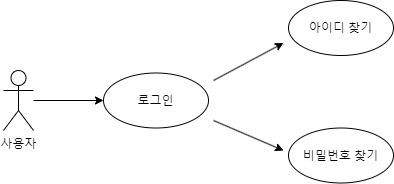
Earlier version of the draw.io export 사용자 로그인.png (Yoon-jae-min/UsecaseDiagram). Source tidied: cells renumbered, new cells last; positions are measured from the earlier drawing's top-left corner, leaving out a move shared by most shapes.
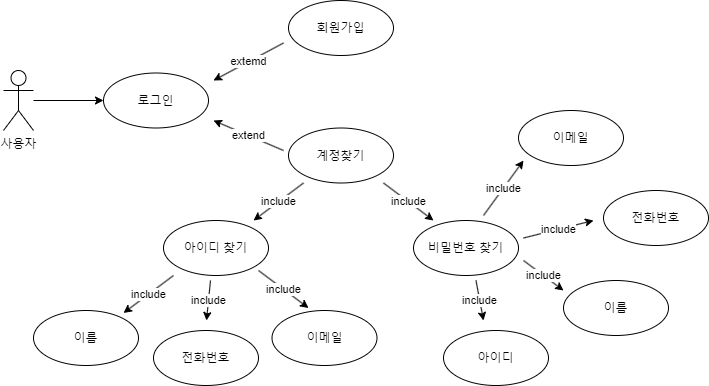
Above is the later version.

Commit message:
사용자 로그인.png 업데이트

Diff of the diagram source:
```diff
@@ -5,29 +5,110 @@
     <mxCell id="2" style="edgeStyle=orthogonalEdgeStyle;rounded=0;jettySize=auto;html=1;" parent="1" edge="1" source="3" target="4">
       <mxGeometry relative="1" as="geometry" />
     </mxCell>
-    <mxCell id="3" value="사용자" style="shape=umlActor;verticalLabelPosition=bottom;verticalAlign=top;html=1;outlineConnect=0;labelPosition=center;align=center;fillColor=none;" parent="1" vertex="1">
+    <mxCell id="3" value="사용자" style="shape=umlActor;verticalLabelPosition=bottom;verticalAlign=top;html=1;outlineConnect=0;labelPosition=center;align=center;fillColor=none;direction=east;" parent="1" vertex="1">
       <mxGeometry y="70" width="30" height="60" as="geometry" />
     </mxCell>
-    <mxCell id="4" value="&lt;div&gt;&lt;br&gt;&lt;/div&gt;로그인" style="ellipse;whiteSpace=wrap;html=1;verticalAlign=top;fillColor=none;" parent="1" vertex="1">
+    <mxCell id="4" value="&lt;div&gt;&lt;br&gt;&lt;/div&gt;로그인" style="ellipse;whiteSpace=wrap;html=1;verticalAlign=top;fillColor=none;direction=east;" parent="1" vertex="1">
       <mxGeometry x="100" y="72.5" width="105" height="55" as="geometry" />
     </mxCell>
-    <mxCell id="5" value="&lt;div&gt;&lt;br&gt;&lt;/div&gt;아이디 찾기&lt;div&gt;&lt;/div&gt;" style="ellipse;whiteSpace=wrap;html=1;verticalAlign=top;fillColor=none;" parent="1" vertex="1">
+    <mxCell id="5" value="&lt;div&gt;&lt;br&gt;&lt;/div&gt;회원가입&lt;div&gt;&lt;/div&gt;&lt;div&gt;&lt;/div&gt;" style="ellipse;whiteSpace=wrap;html=1;verticalAlign=top;fillColor=none;direction=east;" parent="1" vertex="1">
       <mxGeometry x="285" width="105" height="55" as="geometry" />
     </mxCell>
-    <mxCell id="6" style="endArrow=classic;html=1;rounded=0;startFill=1;spacingTop=-1;" parent="1" edge="1">
+    <mxCell id="6" value="extemd" style="endArrow=classic;html=1;rounded=0;startFill=1;spacingTop=-1;" parent="1" edge="1">
       <mxGeometry relative="1" as="geometry">
-        <mxPoint x="210" y="80" as="sourcePoint" />
-        <mxPoint x="280" y="42.5" as="targetPoint" />
+        <mxPoint x="280" y="42.5" as="sourcePoint" />
+        <mxPoint x="210" y="80" as="targetPoint" />
       </mxGeometry>
     </mxCell>
-    <mxCell id="7" style="endArrow=classic;html=1;rounded=0;startFill=1;spacingTop=-1;" parent="1" edge="1">
+    <mxCell id="7" value="extend" style="endArrow=classic;html=1;rounded=0;startFill=1;spacingTop=-1;" parent="1" edge="1">
       <mxGeometry relative="1" as="geometry">
-        <mxPoint x="210" y="120" as="sourcePoint" />
-        <mxPoint x="280" y="150" as="targetPoint" />
+        <mxPoint x="280" y="150" as="sourcePoint" />
+        <mxPoint x="210" y="120" as="targetPoint" />
       </mxGeometry>
     </mxCell>
-    <mxCell id="8" value="&lt;div&gt;&lt;br&gt;&lt;/div&gt;비밀번호 찾기&lt;div&gt;&lt;/div&gt;" style="ellipse;whiteSpace=wrap;html=1;verticalAlign=top;fillColor=none;" parent="1" vertex="1">
+    <mxCell id="8" value="&lt;div&gt;&lt;br&gt;&lt;/div&gt;계정찾기&lt;div&gt;&lt;/div&gt;&lt;div&gt;&lt;/div&gt;" style="ellipse;whiteSpace=wrap;html=1;verticalAlign=top;fillColor=none;direction=east;" parent="1" vertex="1">
       <mxGeometry x="285" y="127.5" width="105" height="55" as="geometry" />
     </mxCell>
+    <mxCell id="9" value="&lt;div&gt;&lt;br&gt;&lt;/div&gt;아이디 찾기&lt;div&gt;&lt;/div&gt;" style="ellipse;whiteSpace=wrap;html=1;verticalAlign=top;fillColor=none;direction=east;" parent="1" vertex="1">
+      <mxGeometry x="160" y="220" width="105" height="55" as="geometry" />
+    </mxCell>
+    <mxCell id="10" value="&lt;div&gt;&lt;br&gt;&lt;/div&gt;비밀번호 찾기&lt;div&gt;&lt;/div&gt;" style="ellipse;whiteSpace=wrap;html=1;verticalAlign=top;fillColor=none;direction=east;" parent="1" vertex="1">
+      <mxGeometry x="410" y="220" width="105" height="55" as="geometry" />
+    </mxCell>
+    <mxCell id="11" value="include" style="endArrow=classic;html=1;rounded=0;" parent="1" edge="1">
+      <mxGeometry relative="1" as="geometry">
+        <mxPoint x="300" y="182.5" as="sourcePoint" />
+        <mxPoint x="250" y="220" as="targetPoint" />
+      </mxGeometry>
+    </mxCell>
+    <mxCell id="12" value="include" style="endArrow=classic;html=1;rounded=0;" parent="1" edge="1">
+      <mxGeometry relative="1" as="geometry">
+        <mxPoint x="380" y="182.5" as="sourcePoint" />
+        <mxPoint x="430" y="220" as="targetPoint" />
+      </mxGeometry>
+    </mxCell>
+    <mxCell id="13" value="include" style="endArrow=classic;html=1;rounded=0;" parent="1" edge="1">
+      <mxGeometry relative="1" as="geometry">
+        <mxPoint x="170" y="275" as="sourcePoint" />
+        <mxPoint x="120" y="312.5" as="targetPoint" />
+      </mxGeometry>
+    </mxCell>
+    <mxCell id="14" value="&lt;div&gt;&lt;/div&gt;&lt;div&gt;&lt;/div&gt;&lt;div&gt;&lt;br&gt;&lt;/div&gt;&lt;div&gt;이름&lt;/div&gt;" style="ellipse;whiteSpace=wrap;html=1;verticalAlign=top;fillColor=none;direction=east;" parent="1" vertex="1">
+      <mxGeometry x="30" y="310" width="105" height="55" as="geometry" />
+    </mxCell>
+    <mxCell id="15" value="&lt;div&gt;&lt;/div&gt;&lt;div&gt;&lt;/div&gt;&lt;div&gt;&lt;br&gt;&lt;/div&gt;&lt;div&gt;전화번호&lt;/div&gt;" style="ellipse;whiteSpace=wrap;html=1;verticalAlign=top;fillColor=none;direction=east;" parent="1" vertex="1">
+      <mxGeometry x="150" y="330" width="105" height="55" as="geometry" />
+    </mxCell>
+    <mxCell id="16" value="&lt;div&gt;&lt;/div&gt;&lt;div&gt;&lt;/div&gt;&lt;div&gt;&lt;br&gt;&lt;/div&gt;&lt;div&gt;이메일&lt;/div&gt;" style="ellipse;whiteSpace=wrap;html=1;verticalAlign=top;fillColor=none;direction=east;" parent="1" vertex="1">
+      <mxGeometry x="268.5" y="310" width="105" height="55" as="geometry" />
+    </mxCell>
+    <mxCell id="17" value="include" style="endArrow=classic;html=1;rounded=0;" parent="1" edge="1">
+      <mxGeometry relative="1" as="geometry">
+        <mxPoint x="255" y="270" as="sourcePoint" />
+        <mxPoint x="305" y="307.5" as="targetPoint" />
+      </mxGeometry>
+    </mxCell>
+    <mxCell id="18" value="include" style="endArrow=classic;html=1;rounded=0;" parent="1" edge="1">
+      <mxGeometry relative="1" as="geometry">
+        <mxPoint x="207" y="280" as="sourcePoint" />
+        <mxPoint x="203" y="320" as="targetPoint" />
+      </mxGeometry>
+    </mxCell>
+    <mxCell id="19" value="&lt;div&gt;&lt;/div&gt;&lt;div&gt;&lt;/div&gt;&lt;div&gt;&lt;br&gt;&lt;/div&gt;&lt;div&gt;이메일&lt;/div&gt;" style="ellipse;whiteSpace=wrap;html=1;verticalAlign=top;fillColor=none;direction=east;" parent="1" vertex="1">
+      <mxGeometry x="515" y="110" width="105" height="55" as="geometry" />
+    </mxCell>
+    <mxCell id="20" value="&lt;div&gt;&lt;/div&gt;&lt;div&gt;&lt;/div&gt;&lt;div&gt;&lt;br&gt;&lt;/div&gt;&lt;div&gt;전화번호&lt;/div&gt;" style="ellipse;whiteSpace=wrap;html=1;verticalAlign=top;fillColor=none;direction=east;" parent="1" vertex="1">
+      <mxGeometry x="600" y="190" width="105" height="55" as="geometry" />
+    </mxCell>
+    <mxCell id="21" value="&lt;div&gt;&lt;/div&gt;&lt;div&gt;&lt;/div&gt;&lt;div&gt;&lt;br&gt;&lt;/div&gt;&lt;div&gt;아이디&lt;/div&gt;" style="ellipse;whiteSpace=wrap;html=1;verticalAlign=top;fillColor=none;direction=east;" parent="1" vertex="1">
+      <mxGeometry x="440" y="330" width="105" height="55" as="geometry" />
+    </mxCell>
+    <mxCell id="22" value="&lt;div&gt;&lt;/div&gt;&lt;div&gt;&lt;/div&gt;&lt;div&gt;&lt;br&gt;&lt;/div&gt;&lt;div&gt;이름&lt;/div&gt;" style="ellipse;whiteSpace=wrap;html=1;verticalAlign=top;fillColor=none;direction=east;" parent="1" vertex="1">
+      <mxGeometry x="560" y="280" width="105" height="55" as="geometry" />
+    </mxCell>
+    <mxCell id="23" value="include" style="endArrow=classic;html=1;rounded=0;" parent="1" edge="1">
+      <mxGeometry relative="1" as="geometry">
+        <mxPoint x="480" y="215" as="sourcePoint" />
+        <mxPoint x="520" y="160" as="targetPoint" />
+      </mxGeometry>
+    </mxCell>
+    <mxCell id="24" value="include" style="endArrow=classic;html=1;rounded=0;" parent="1" edge="1">
+      <mxGeometry relative="1" as="geometry">
+        <mxPoint x="520" y="237.5" as="sourcePoint" />
+        <mxPoint x="590" y="220" as="targetPoint" />
+      </mxGeometry>
+    </mxCell>
+    <mxCell id="25" value="include" style="endArrow=classic;html=1;rounded=0;" parent="1" edge="1">
+      <mxGeometry relative="1" as="geometry">
+        <mxPoint x="520" y="260" as="sourcePoint" />
+        <mxPoint x="560" y="290" as="targetPoint" />
+      </mxGeometry>
+    </mxCell>
+    <mxCell id="26" value="include" style="endArrow=classic;html=1;rounded=0;" parent="1" edge="1">
+      <mxGeometry relative="1" as="geometry">
+        <mxPoint x="472.5" y="280" as="sourcePoint" />
+        <mxPoint x="480" y="320" as="targetPoint" />
+      </mxGeometry>
+    </mxCell>
   </root>
 </mxGraphModel>
```
